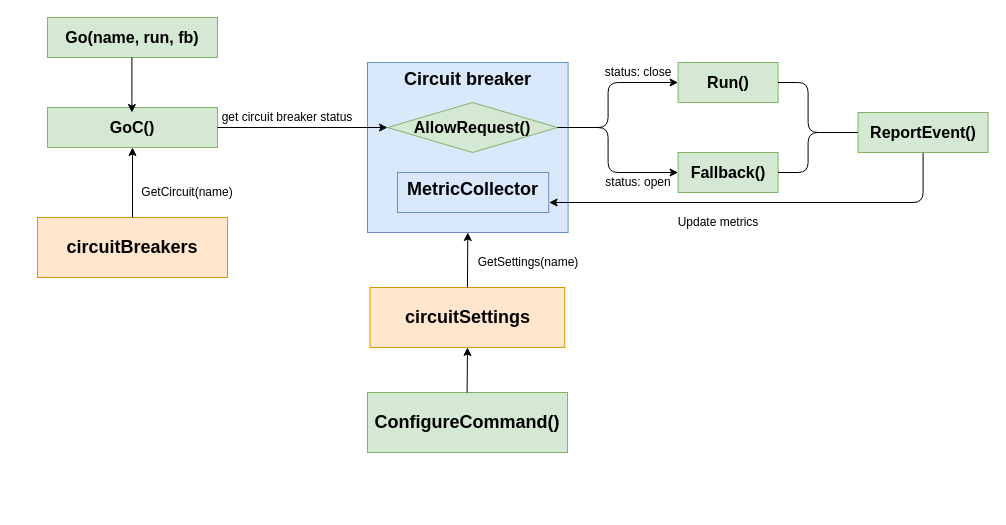
baoqger/drawing.io keeps this draw.io diagram as hystrix_error_rate_architecture.drawio. Above is the earlier version. Source tidied: cells renumbered, new cells numbered last; positions are measured from the earlier drawing's top-left corner, leaving out a move shared by most shapes. Both pictures are drawn from the tidied source at 100%, with x=0, y=0 at pixel (37, 17).
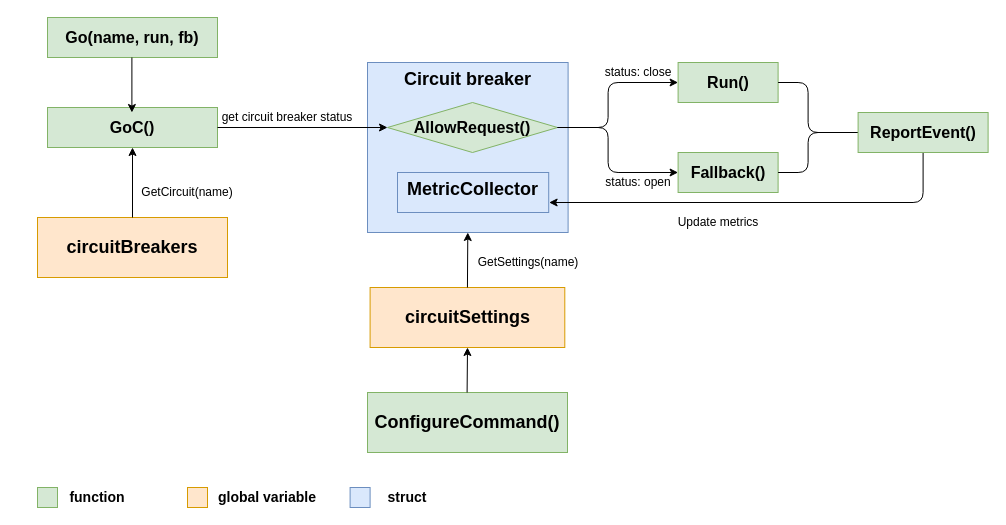
The same diagram, later.

What changed in the source:
```diff
@@
+    <mxCell id="30" style="rounded=0;whiteSpace=wrap;html=1;fillColor=#d5e8d4;strokeColor=#82b366;" parent="1" vertex="1">
+      <mxGeometry y="470" width="20" height="20" as="geometry" />
+    </mxCell>
+    <mxCell id="31" value="function" style="text;html=1;strokeColor=none;fillColor=none;align=center;verticalAlign=middle;whiteSpace=wrap;rounded=0;fontSize=14;fontStyle=1;" parent="1" vertex="1">
+      <mxGeometry x="-20" y="470" width="160" height="20" as="geometry" />
+    </mxCell>
+    <mxCell id="32" style="rounded=0;whiteSpace=wrap;html=1;fillColor=#ffe6cc;strokeColor=#d79b00;" parent="1" vertex="1">
+      <mxGeometry x="150" y="470" width="20" height="20" as="geometry" />
+    </mxCell>
+    <mxCell id="33" value="global variable" style="text;html=1;strokeColor=none;fillColor=none;align=center;verticalAlign=middle;whiteSpace=wrap;rounded=0;fontSize=14;fontStyle=1;" parent="1" vertex="1">
+      <mxGeometry x="150" y="470" width="160" height="20" as="geometry" />
+    </mxCell>
+    <mxCell id="34" style="rounded=0;whiteSpace=wrap;html=1;fillColor=#dae8fc;strokeColor=#6c8ebf;" parent="1" vertex="1">
+      <mxGeometry x="312.6" y="470" width="20" height="20" as="geometry" />
+    </mxCell>
+    <mxCell id="35" value="struct" style="text;html=1;strokeColor=none;fillColor=none;align=center;verticalAlign=middle;whiteSpace=wrap;rounded=0;fontSize=14;fontStyle=1;" parent="1" vertex="1">
+      <mxGeometry x="290" y="470" width="160" height="20" as="geometry" />
+    </mxCell>
```
